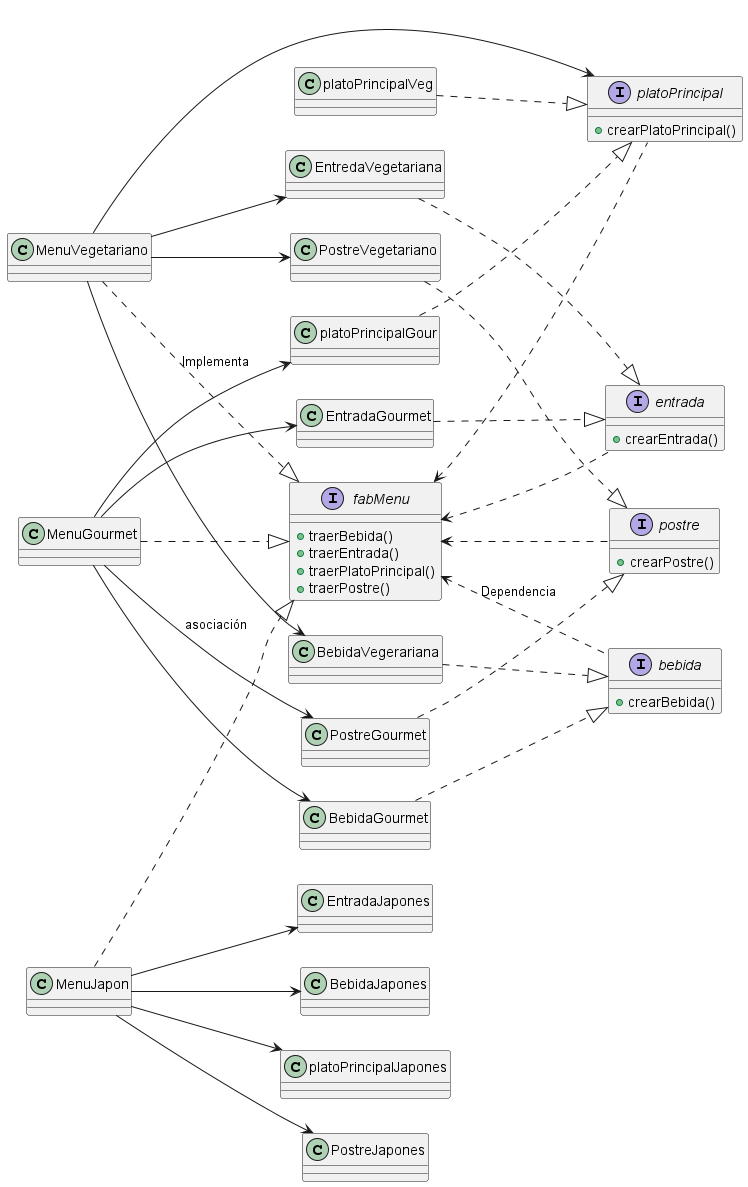
Ag-Tachyon/Restaurante-Modelos keeps this PlantUML diagram as out/finalUml/finalUml.png. Above is the earlier version. Source of this version:
```plantuml
@startuml
left to right direction


interface fabMenu{
    + traerBebida()
    + traerEntrada()
    + traerPlatoPrincipal()
    + traerPostre()
}

interface bebida{
    + crearBebida()
}

interface entrada{
    + crearEntrada()
}

interface platoPrincipal{
    + crearPlatoPrincipal()
}

interface postre{
    + crearPostre()
}

fabMenu <.. bebida : Dependencia
fabMenu <.. entrada
fabMenu <.. platoPrincipal
fabMenu <.. postre

class MenuVegetariano{
}

class MenuGourmet{
}

class MenuJapon{
}

MenuVegetariano ..|> fabMenu : Implementa
MenuGourmet ..|> fabMenu
MenuJapon ..|> fabMenu

class EntredaVegetariana{
}

class BebidaVegerariana{
}

class platoPrincipalVeg{
}

class PostreVegetariano{
}

EntredaVegetariana ..|> entrada
BebidaVegerariana ..|> bebida
platoPrincipalVeg ..|> platoPrincipal
PostreVegetariano ..|> postre

MenuVegetariano --> BebidaVegerariana
MenuVegetariano --> PostreVegetariano
MenuVegetariano --> EntredaVegetariana
MenuVegetariano --> platoPrincipal

class BebidaGourmet{
}

class EntradaGourmet{
}

class platoPrincipalGour{
}

class PostreGourmet{
}

EntradaGourmet ..|> entrada
BebidaGourmet ..|> bebida
platoPrincipalGour ..|> platoPrincipal
PostreGourmet ..|> postre

MenuGourmet --> BebidaGourmet
MenuGourmet --> PostreGourmet : asociación
MenuGourmet --> EntradaGourmet
MenuGourmet --> platoPrincipalGour


class EntradaJapones{
}

class BebidaJapones{
}

class platoPrincipalJapones{
}

class PostreJapones{
}


MenuJapon --> BebidaJapones
MenuJapon --> PostreJapones
MenuJapon --> EntradaJapones
MenuJapon --> platoPrincipalJapones
@enduml
```
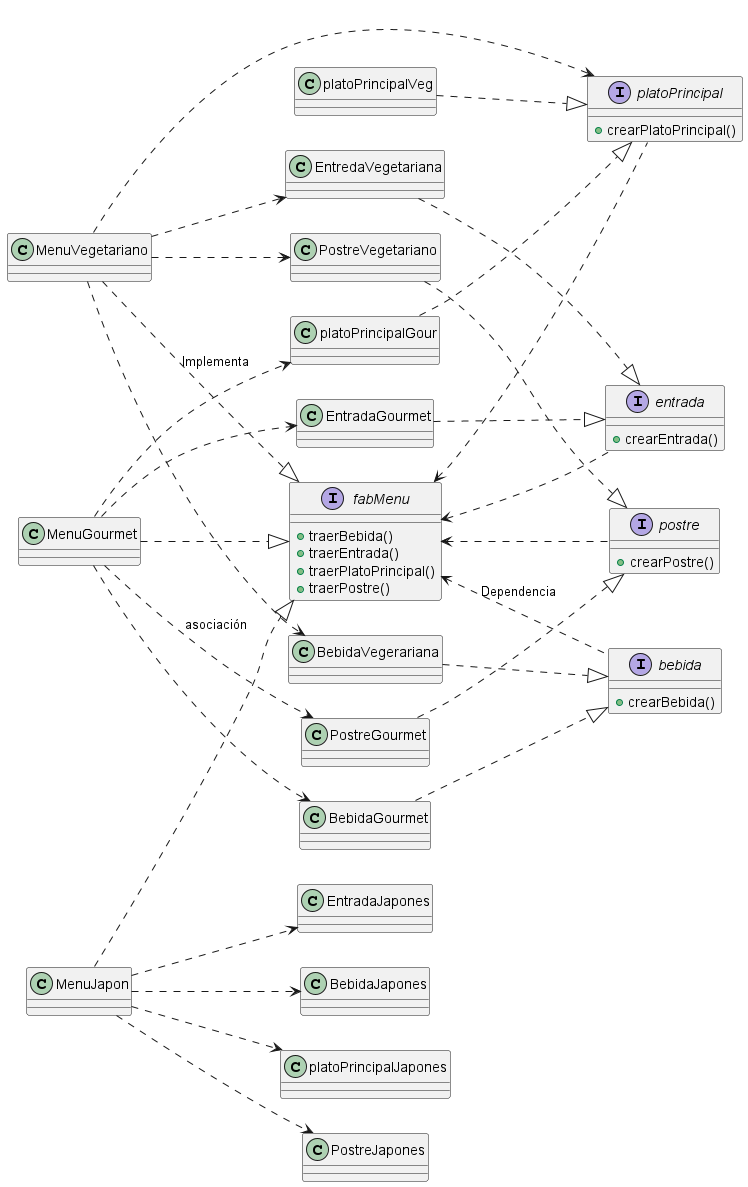
After the change.

Commit message:
Corrigiendo uml dos

Change to the diagram source:
```diff
@@ -60,10 +60,10 @@
 platoPrincipalVeg ..|> platoPrincipal
 PostreVegetariano ..|> postre
 
-MenuVegetariano --> BebidaVegerariana
-MenuVegetariano --> PostreVegetariano
-MenuVegetariano --> EntredaVegetariana
-MenuVegetariano --> platoPrincipal
+MenuVegetariano ..> BebidaVegerariana
+MenuVegetariano ..> PostreVegetariano
+MenuVegetariano ..> EntredaVegetariana
+MenuVegetariano ..> platoPrincipal
 
 class BebidaGourmet{
 }
@@ -82,10 +82,10 @@
 platoPrincipalGour ..|> platoPrincipal
 PostreGourmet ..|> postre
 
-MenuGourmet --> BebidaGourmet
-MenuGourmet --> PostreGourmet : asociación
-MenuGourmet --> EntradaGourmet
-MenuGourmet --> platoPrincipalGour
+MenuGourmet ..> BebidaGourmet
+MenuGourmet ..> PostreGourmet : asociación
+MenuGourmet ..> EntradaGourmet
+MenuGourmet ..> platoPrincipalGour
 
 
 class EntradaJapones{
@@ -101,8 +101,8 @@
 }
 
 
-MenuJapon --> BebidaJapones
-MenuJapon --> PostreJapones
-MenuJapon --> EntradaJapones
-MenuJapon --> platoPrincipalJapones
+MenuJapon ..> BebidaJapones
+MenuJapon ..> PostreJapones
+MenuJapon ..> EntradaJapones
+MenuJapon ..> platoPrincipalJapones
 @enduml
```
